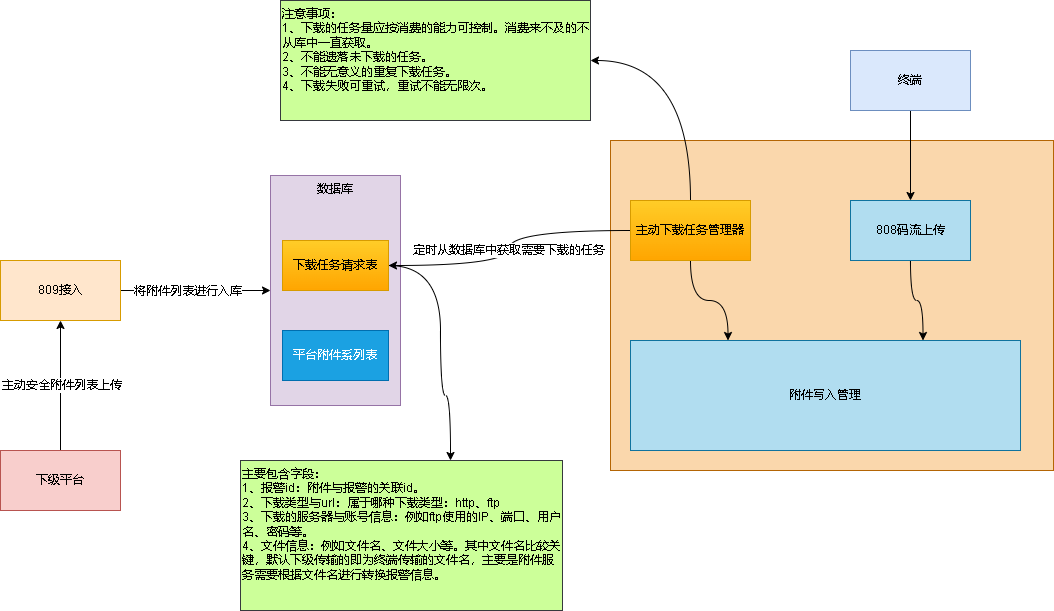
Before: 809上传附件列表支持下载.drawio.png, a diagram exported from draw.io (xktder/draw). Source tidied: cells renumbered, new cells last; positions are measured from the earlier drawing's top-left corner, leaving out a move shared by most shapes.
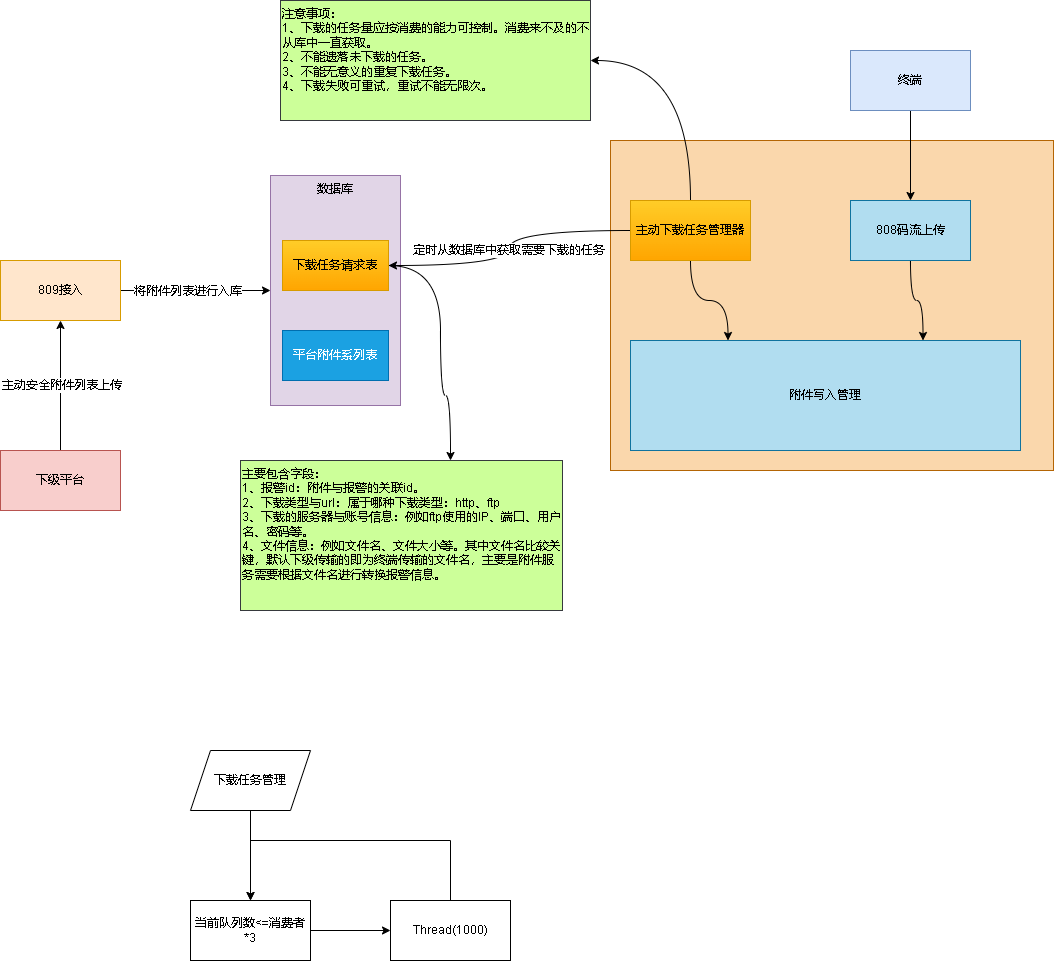
After the commit.

Commit message:
更新809上传附件列表支持下载.drawio.png

What changed in the source:
```diff
@@ -83,5 +83,28 @@
     <mxCell id="24" value="主要包含字段：&lt;br&gt;1、报警id：附件与报警的关联id。&lt;br&gt;2、下载类型与url：属于哪种下载类型：http、ftp&lt;br&gt;3、下载的服务器与账号信息：例如ftp使用的IP、端口、用户名、密码等。&lt;br&gt;4、文件信息：例如文件名、文件大小等。其中文件名比较关键，默认下级传输的即为终端传输的文件名，主要是附件服务需要根据文件名进行转换报警信息。" style="rounded=0;whiteSpace=wrap;html=1;fillColor=#CCFF99;strokeColor=#36393d;verticalAlign=top;align=left;" parent="1" vertex="1">
       <mxGeometry x="240" y="460" width="322" height="150" as="geometry" />
     </mxCell>
+    <mxCell id="25" style="edgeStyle=orthogonalEdgeStyle;rounded=0;jettySize=auto;html=1;" parent="1" edge="1" source="26" target="28">
+      <mxGeometry relative="1" as="geometry" />
+    </mxCell>
+    <mxCell id="26" value="下载任务管理" style="shape=parallelogram;perimeter=parallelogramPerimeter;whiteSpace=wrap;html=1;fixedSize=1;" parent="1" vertex="1">
+      <mxGeometry x="190" y="750" width="120" height="60" as="geometry" />
+    </mxCell>
+    <mxCell id="27" style="edgeStyle=orthogonalEdgeStyle;rounded=0;jettySize=auto;html=1;" parent="1" edge="1" source="28" target="30">
+      <mxGeometry relative="1" as="geometry" />
+    </mxCell>
+    <mxCell id="28" value="当前队列数&amp;lt;=消费者*3" style="whiteSpace=wrap;html=1;" parent="1" vertex="1">
+      <mxGeometry x="190" y="900" width="120" height="60" as="geometry" />
+    </mxCell>
+    <mxCell id="29" style="edgeStyle=orthogonalEdgeStyle;rounded=0;jettySize=auto;html=1;entryX=0.5;entryY=0;entryDx=0;entryDy=0;" parent="1" edge="1" source="30" target="28">
+      <mxGeometry relative="1" as="geometry">
+        <Array as="points">
+          <mxPoint x="450" y="840" />
+          <mxPoint x="250" y="840" />
+        </Array>
+      </mxGeometry>
+    </mxCell>
+    <mxCell id="30" value="Thread(1000)" style="whiteSpace=wrap;html=1;" parent="1" vertex="1">
+      <mxGeometry x="390" y="900" width="120" height="60" as="geometry" />
+    </mxCell>
   </root>
 </mxGraphModel>
```
